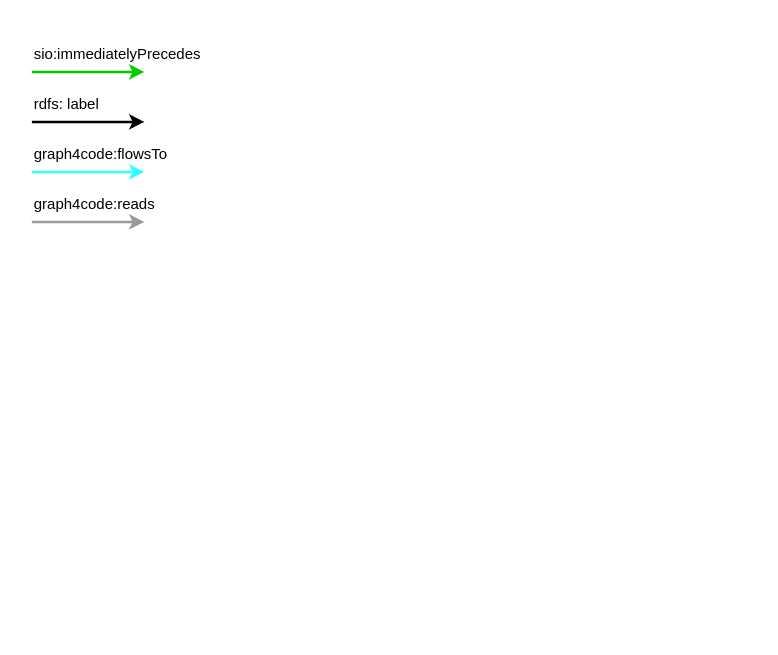
This is graphgen-proposal/dataflow-graph.drawio from leonchemnitz/ai4ca_sandbox, a draw.io file, before an edit. Source tidied: cells renumbered, new cells numbered last; positions are measured from the earlier drawing's top-left corner, leaving out a move shared by most shapes. Both pictures are drawn from the tidied source at 125%, with x=0, y=0 at pixel (31, 46).
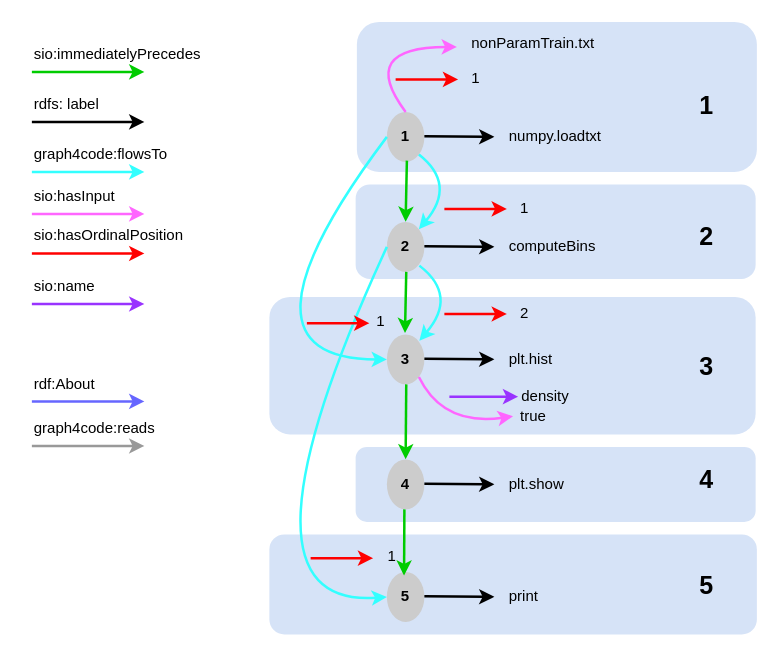
The same page after the edit.

Commit message:
ver 1 dataflow

What changed in the source:
```diff
@@
+    <mxCell id="10" style="rounded=1;whiteSpace=wrap;html=1;fillColor=#D6E3F7;strokeColor=none;" parent="1" vertex="1">
+      <mxGeometry x="190" y="390" width="390" height="80" as="geometry" />
+    </mxCell>
+    <mxCell id="11" style="rounded=1;whiteSpace=wrap;html=1;fillColor=#D6E3F7;strokeColor=none;" parent="1" vertex="1">
+      <mxGeometry x="259" y="320" width="320" height="60" as="geometry" />
+    </mxCell>
+    <mxCell id="12" style="rounded=1;whiteSpace=wrap;html=1;fillColor=#D6E3F7;strokeColor=none;" parent="1" vertex="1">
+      <mxGeometry x="190" y="200" width="389" height="110" as="geometry" />
+    </mxCell>
+    <mxCell id="13" style="rounded=1;whiteSpace=wrap;html=1;fillColor=#D6E3F7;strokeColor=none;" parent="1" vertex="1">
+      <mxGeometry x="259" y="110" width="320" height="75.7" as="geometry" />
+    </mxCell>
+    <mxCell id="14" style="rounded=1;whiteSpace=wrap;html=1;fillColor=#D6E3F7;strokeColor=none;" parent="1" vertex="1">
+      <mxGeometry x="260" y="-20" width="320" height="120" as="geometry" />
+    </mxCell>
@@
     <mxCell id="8" style="endArrow=classic;html=1;rounded=0;strokeColor=#999999;strokeWidth=2;" parent="1" edge="1">
       <mxGeometry relative="1" as="geometry">
-        <mxPoint y="140" as="sourcePoint" />
-        <mxPoint x="90" y="140" as="targetPoint" />
+        <mxPoint y="319.3" as="sourcePoint" />
+        <mxPoint x="90" y="319.3" as="targetPoint" />
       </mxGeometry>
     </mxCell>
     <mxCell id="9" value="graph4code:reads" style="text;html=1;strokeColor=none;fillColor=none;align=left;verticalAlign=middle;whiteSpace=wrap;rounded=0;" parent="1" vertex="1">
-      <mxGeometry y="120" width="100" height="12" as="geometry" />
+      <mxGeometry y="299.3" width="100" height="12" as="geometry" />
     </mxCell>
+    <mxCell id="15" value="1" style="ellipse;whiteSpace=wrap;html=1;strokeColor=none;fillColor=#CCCCCC;fontStyle=1;" parent="1" vertex="1">
+      <mxGeometry x="284" y="52" width="30" height="40" as="geometry" />
+    </mxCell>
+    <mxCell id="16" style="endArrow=classic;html=1;rounded=0;strokeColor=#000000;strokeWidth=2;" parent="1" edge="1">
+      <mxGeometry relative="1" as="geometry">
+        <mxPoint x="314" y="71.5" as="sourcePoint" />
+        <mxPoint x="370" y="72" as="targetPoint" />
+      </mxGeometry>
+    </mxCell>
+    <mxCell id="17" value="numpy.loadtxt" style="text;html=1;strokeColor=none;fillColor=none;align=left;verticalAlign=middle;whiteSpace=wrap;rounded=0;" parent="1" vertex="1">
+      <mxGeometry x="380" y="57" width="60" height="30" as="geometry" />
+    </mxCell>
+    <mxCell id="18" value="2" style="ellipse;whiteSpace=wrap;html=1;strokeColor=none;fillColor=#CCCCCC;fontStyle=1;" parent="1" vertex="1">
+      <mxGeometry x="284" y="140" width="30" height="40" as="geometry" />
+    </mxCell>
+    <mxCell id="19" style="endArrow=classic;html=1;rounded=0;strokeColor=#000000;strokeWidth=2;" parent="1" edge="1">
+      <mxGeometry relative="1" as="geometry">
+        <mxPoint x="314" y="159.5" as="sourcePoint" />
+        <mxPoint x="370" y="160" as="targetPoint" />
+      </mxGeometry>
+    </mxCell>
+    <mxCell id="20" value="computeBins" style="text;html=1;strokeColor=none;fillColor=none;align=left;verticalAlign=middle;whiteSpace=wrap;rounded=0;" parent="1" vertex="1">
+      <mxGeometry x="380" y="145" width="60" height="30" as="geometry" />
+    </mxCell>
+    <mxCell id="21" value="3" style="ellipse;whiteSpace=wrap;html=1;strokeColor=none;fillColor=#CCCCCC;fontStyle=1;" parent="1" vertex="1">
+      <mxGeometry x="284" y="230" width="30" height="40" as="geometry" />
+    </mxCell>
+    <mxCell id="22" style="endArrow=classic;html=1;rounded=0;strokeColor=#000000;strokeWidth=2;" parent="1" edge="1">
+      <mxGeometry relative="1" as="geometry">
+        <mxPoint x="314" y="249.5" as="sourcePoint" />
+        <mxPoint x="370" y="250" as="targetPoint" />
+      </mxGeometry>
+    </mxCell>
+    <mxCell id="23" value="plt.hist" style="text;html=1;strokeColor=none;fillColor=none;align=left;verticalAlign=middle;whiteSpace=wrap;rounded=0;" parent="1" vertex="1">
+      <mxGeometry x="380" y="235" width="60" height="30" as="geometry" />
+    </mxCell>
+    <mxCell id="24" style="endArrow=classic;html=1;rounded=0;strokeColor=#00CC00;strokeWidth=2;entryX=0.5;entryY=0;entryDx=0;entryDy=0;" parent="1" edge="1" target="18">
+      <mxGeometry relative="1" as="geometry">
+        <mxPoint x="300" y="91" as="sourcePoint" />
+      </mxGeometry>
+    </mxCell>
+    <mxCell id="25" style="endArrow=classic;html=1;strokeColor=#33FFFF;strokeWidth=2;exitX=1;exitY=1;exitDx=0;exitDy=0;entryX=1;entryY=0;entryDx=0;entryDy=0;curved=1;" parent="1" edge="1" source="15" target="18">
+      <mxGeometry relative="1" as="geometry">
+        <Array as="points">
+          <mxPoint x="340" y="110" />
+        </Array>
+      </mxGeometry>
+    </mxCell>
+    <mxCell id="26" style="endArrow=classic;html=1;rounded=0;strokeColor=#FF66FF;strokeWidth=2;" parent="1" edge="1">
+      <mxGeometry relative="1" as="geometry">
+        <mxPoint y="133.6" as="sourcePoint" />
+        <mxPoint x="90" y="133.6" as="targetPoint" />
+      </mxGeometry>
+    </mxCell>
+    <mxCell id="27" value="sio:hasInput" style="text;html=1;strokeColor=none;fillColor=none;align=left;verticalAlign=middle;whiteSpace=wrap;rounded=0;" parent="1" vertex="1">
+      <mxGeometry y="113.6" width="100" height="12" as="geometry" />
+    </mxCell>
+    <mxCell id="28" style="endArrow=classic;html=1;rounded=0;strokeColor=#6666FF;strokeWidth=2;" parent="1" edge="1">
+      <mxGeometry relative="1" as="geometry">
+        <mxPoint y="283.6" as="sourcePoint" />
+        <mxPoint x="90" y="283.6" as="targetPoint" />
+      </mxGeometry>
+    </mxCell>
+    <mxCell id="29" value="rdf:About" style="text;html=1;strokeColor=none;fillColor=none;align=left;verticalAlign=middle;whiteSpace=wrap;rounded=0;" parent="1" vertex="1">
+      <mxGeometry y="263.6" width="100" height="12" as="geometry" />
+    </mxCell>
+    <mxCell id="30" style="endArrow=classic;html=1;rounded=0;strokeColor=#FF0000;strokeWidth=2;" parent="1" edge="1">
+      <mxGeometry relative="1" as="geometry">
+        <mxPoint y="165.3" as="sourcePoint" />
+        <mxPoint x="90" y="165.3" as="targetPoint" />
+      </mxGeometry>
+    </mxCell>
+    <mxCell id="31" value="sio:hasOrdinalPosition" style="text;html=1;strokeColor=none;fillColor=none;align=left;verticalAlign=middle;whiteSpace=wrap;rounded=0;" parent="1" vertex="1">
+      <mxGeometry y="145.3" width="100" height="12" as="geometry" />
+    </mxCell>
+    <mxCell id="32" style="endArrow=classic;html=1;rounded=0;strokeColor=#9933FF;strokeWidth=2;" parent="1" edge="1">
+      <mxGeometry relative="1" as="geometry">
+        <mxPoint y="205.7" as="sourcePoint" />
+        <mxPoint x="90" y="205.7" as="targetPoint" />
+      </mxGeometry>
+    </mxCell>
+    <mxCell id="33" value="sio:name" style="text;html=1;strokeColor=none;fillColor=none;align=left;verticalAlign=middle;whiteSpace=wrap;rounded=0;" parent="1" vertex="1">
+      <mxGeometry y="185.7" width="100" height="12" as="geometry" />
+    </mxCell>
+    <mxCell id="34" style="endArrow=classic;html=1;rounded=0;strokeColor=#FF0000;strokeWidth=2;" parent="1" edge="1">
+      <mxGeometry relative="1" as="geometry">
+        <mxPoint x="330" y="129.6" as="sourcePoint" />
+        <mxPoint x="380" y="129.6" as="targetPoint" />
+      </mxGeometry>
+    </mxCell>
+    <mxCell id="35" value="1" style="text;html=1;strokeColor=none;fillColor=none;align=left;verticalAlign=middle;whiteSpace=wrap;rounded=0;" parent="1" vertex="1">
+      <mxGeometry x="389" y="113.6" width="60" height="30" as="geometry" />
+    </mxCell>
+    <mxCell id="36" style="endArrow=classic;html=1;strokeColor=#FF66FF;strokeWidth=2;exitX=0.5;exitY=0;exitDx=0;exitDy=0;curved=1;" parent="1" edge="1" source="15">
+      <mxGeometry relative="1" as="geometry">
+        <mxPoint x="340" as="targetPoint" />
+        <Array as="points">
+          <mxPoint x="260" />
+        </Array>
+      </mxGeometry>
+    </mxCell>
+    <mxCell id="37" value="nonParamTrain.txt" style="text;html=1;strokeColor=none;fillColor=none;align=left;verticalAlign=middle;whiteSpace=wrap;rounded=0;" parent="1" vertex="1">
+      <mxGeometry x="350" y="-18" width="60" height="30" as="geometry" />
+    </mxCell>
+    <mxCell id="38" style="endArrow=classic;html=1;rounded=0;strokeColor=#FF0000;strokeWidth=2;" parent="1" edge="1">
+      <mxGeometry relative="1" as="geometry">
+        <mxPoint x="291" y="26" as="sourcePoint" />
+        <mxPoint x="341" y="26" as="targetPoint" />
+      </mxGeometry>
+    </mxCell>
+    <mxCell id="39" value="1" style="text;html=1;strokeColor=none;fillColor=none;align=left;verticalAlign=middle;whiteSpace=wrap;rounded=0;" parent="1" vertex="1">
+      <mxGeometry x="350" y="10" width="60" height="30" as="geometry" />
+    </mxCell>
+    <mxCell id="40" style="endArrow=classic;html=1;rounded=0;strokeColor=#00CC00;strokeWidth=2;entryX=0.5;entryY=0;entryDx=0;entryDy=0;" parent="1" edge="1">
+      <mxGeometry relative="1" as="geometry">
+        <mxPoint x="299.5" y="180" as="sourcePoint" />
+        <mxPoint x="298.5" y="229" as="targetPoint" />
+      </mxGeometry>
+    </mxCell>
+    <mxCell id="41" value="4" style="ellipse;whiteSpace=wrap;html=1;strokeColor=none;fillColor=#CCCCCC;fontStyle=1;" parent="1" vertex="1">
+      <mxGeometry x="284" y="330" width="30" height="40" as="geometry" />
+    </mxCell>
+    <mxCell id="42" style="endArrow=classic;html=1;rounded=0;strokeColor=#000000;strokeWidth=2;" parent="1" edge="1">
+      <mxGeometry relative="1" as="geometry">
+        <mxPoint x="314" y="349.5" as="sourcePoint" />
+        <mxPoint x="370" y="350" as="targetPoint" />
+      </mxGeometry>
+    </mxCell>
+    <mxCell id="43" value="plt.show" style="text;html=1;strokeColor=none;fillColor=none;align=left;verticalAlign=middle;whiteSpace=wrap;rounded=0;" parent="1" vertex="1">
+      <mxGeometry x="380" y="335" width="60" height="30" as="geometry" />
+    </mxCell>
+    <mxCell id="44" style="endArrow=classic;html=1;rounded=0;strokeColor=#00CC00;strokeWidth=2;entryX=0.5;entryY=0;entryDx=0;entryDy=0;" parent="1" edge="1" target="41">
+      <mxGeometry relative="1" as="geometry">
+        <mxPoint x="299.5" y="270" as="sourcePoint" />
+      </mxGeometry>
+    </mxCell>
+    <mxCell id="45" value="5" style="ellipse;whiteSpace=wrap;html=1;strokeColor=none;fillColor=#CCCCCC;fontStyle=1;" parent="1" vertex="1">
+      <mxGeometry x="284" y="420" width="30" height="40" as="geometry" />
+    </mxCell>
+    <mxCell id="46" style="endArrow=classic;html=1;rounded=0;strokeColor=#000000;strokeWidth=2;" parent="1" edge="1">
+      <mxGeometry relative="1" as="geometry">
+        <mxPoint x="314" y="439.5" as="sourcePoint" />
+        <mxPoint x="370" y="440" as="targetPoint" />
+      </mxGeometry>
+    </mxCell>
+    <mxCell id="47" value="print" style="text;html=1;strokeColor=none;fillColor=none;align=left;verticalAlign=middle;whiteSpace=wrap;rounded=0;" parent="1" vertex="1">
+      <mxGeometry x="380" y="425" width="60" height="30" as="geometry" />
+    </mxCell>
+    <mxCell id="48" style="endArrow=classic;html=1;rounded=0;strokeColor=#00CC00;strokeWidth=2;entryX=0.25;entryY=1;entryDx=0;entryDy=0;" parent="1" edge="1" target="51">
+      <mxGeometry relative="1" as="geometry">
+        <mxPoint x="298" y="370" as="sourcePoint" />
+      </mxGeometry>
+    </mxCell>
+    <mxCell id="49" style="endArrow=classic;html=1;strokeColor=#33FFFF;strokeWidth=2;exitX=0;exitY=0.5;exitDx=0;exitDy=0;entryX=0;entryY=0.5;entryDx=0;entryDy=0;curved=1;" parent="1" edge="1" source="18" target="45">
+      <mxGeometry relative="1" as="geometry">
+        <Array as="points">
+          <mxPoint x="150" y="450" />
+        </Array>
+      </mxGeometry>
+    </mxCell>
+    <mxCell id="50" style="endArrow=classic;html=1;rounded=0;strokeColor=#FF0000;strokeWidth=2;" parent="1" edge="1">
+      <mxGeometry relative="1" as="geometry">
+        <mxPoint x="223" y="409" as="sourcePoint" />
+        <mxPoint x="273" y="409" as="targetPoint" />
+      </mxGeometry>
+    </mxCell>
+    <mxCell id="51" value="1" style="text;html=1;strokeColor=none;fillColor=none;align=left;verticalAlign=middle;whiteSpace=wrap;rounded=0;" parent="1" vertex="1">
+      <mxGeometry x="283" y="393" width="59" height="30" as="geometry" />
+    </mxCell>
+    <mxCell id="52" style="endArrow=classic;html=1;strokeColor=#33FFFF;strokeWidth=2;exitX=0;exitY=0.5;exitDx=0;exitDy=0;entryX=0;entryY=0.5;entryDx=0;entryDy=0;curved=1;" parent="1" edge="1" source="15" target="21">
+      <mxGeometry relative="1" as="geometry">
+        <Array as="points">
+          <mxPoint x="150" y="250" />
+        </Array>
+      </mxGeometry>
+    </mxCell>
+    <mxCell id="53" style="endArrow=classic;html=1;rounded=0;strokeColor=#FF0000;strokeWidth=2;" parent="1" edge="1">
+      <mxGeometry relative="1" as="geometry">
+        <mxPoint x="220" y="221" as="sourcePoint" />
+        <mxPoint x="270" y="221" as="targetPoint" />
+      </mxGeometry>
+    </mxCell>
+    <mxCell id="54" value="1" style="text;html=1;strokeColor=none;fillColor=none;align=left;verticalAlign=middle;whiteSpace=wrap;rounded=0;" parent="1" vertex="1">
+      <mxGeometry x="274" y="205" width="59" height="30" as="geometry" />
+    </mxCell>
+    <mxCell id="55" style="endArrow=classic;html=1;strokeColor=#33FFFF;strokeWidth=2;exitX=1;exitY=1;exitDx=0;exitDy=0;entryX=1;entryY=0;entryDx=0;entryDy=0;curved=1;" parent="1" edge="1">
+      <mxGeometry relative="1" as="geometry">
+        <mxPoint x="310" y="175" as="sourcePoint" />
+        <mxPoint x="310" y="235" as="targetPoint" />
+        <Array as="points">
+          <mxPoint x="341" y="199" />
+        </Array>
+      </mxGeometry>
+    </mxCell>
+    <mxCell id="56" style="endArrow=classic;html=1;rounded=0;strokeColor=#FF0000;strokeWidth=2;" parent="1" edge="1">
+      <mxGeometry relative="1" as="geometry">
+        <mxPoint x="330" y="213.7" as="sourcePoint" />
+        <mxPoint x="380" y="213.7" as="targetPoint" />
+      </mxGeometry>
+    </mxCell>
+    <mxCell id="57" value="2" style="text;html=1;strokeColor=none;fillColor=none;align=left;verticalAlign=middle;whiteSpace=wrap;rounded=0;" parent="1" vertex="1">
+      <mxGeometry x="389" y="197.7" width="60" height="30" as="geometry" />
+    </mxCell>
+    <mxCell id="58" style="endArrow=classic;html=1;strokeColor=#FF66FF;strokeWidth=2;exitX=1;exitY=1;exitDx=0;exitDy=0;curved=1;entryX=-0.068;entryY=0.473;entryDx=0;entryDy=0;entryPerimeter=0;" parent="1" edge="1" source="21" target="60">
+      <mxGeometry relative="1" as="geometry">
+        <Array as="points">
+          <mxPoint x="328.9" y="303.6" />
+        </Array>
+      </mxGeometry>
+    </mxCell>
+    <mxCell id="59" style="endArrow=classic;html=1;rounded=0;strokeColor=#9933FF;strokeWidth=2;" parent="1" edge="1">
+      <mxGeometry relative="1" as="geometry">
+        <mxPoint x="334" y="279.8" as="sourcePoint" />
+        <mxPoint x="389" y="279.8" as="targetPoint" />
+      </mxGeometry>
+    </mxCell>
+    <mxCell id="60" value="true" style="text;html=1;strokeColor=none;fillColor=none;align=left;verticalAlign=middle;whiteSpace=wrap;rounded=0;" parent="1" vertex="1">
+      <mxGeometry x="389" y="281.3" width="60" height="30" as="geometry" />
+    </mxCell>
+    <mxCell id="61" value="density" style="text;html=1;strokeColor=none;fillColor=none;align=left;verticalAlign=middle;whiteSpace=wrap;rounded=0;" parent="1" vertex="1">
+      <mxGeometry x="390" y="265" width="60" height="30" as="geometry" />
+    </mxCell>
+    <mxCell id="62" value="&lt;font style=&quot;font-size: 20px;&quot;&gt;&lt;b&gt;1&lt;/b&gt;&lt;/font&gt;" style="text;html=1;strokeColor=none;fillColor=none;align=center;verticalAlign=middle;whiteSpace=wrap;rounded=0;" parent="1" vertex="1">
+      <mxGeometry x="510" y="31" width="60" height="30" as="geometry" />
+    </mxCell>
+    <mxCell id="63" value="&lt;font style=&quot;font-size: 20px;&quot;&gt;&lt;b&gt;2&lt;/b&gt;&lt;/font&gt;" style="text;html=1;strokeColor=none;fillColor=none;align=center;verticalAlign=middle;whiteSpace=wrap;rounded=0;" parent="1" vertex="1">
+      <mxGeometry x="510" y="136.3" width="60" height="30" as="geometry" />
+    </mxCell>
+    <mxCell id="64" value="&lt;font style=&quot;font-size: 20px;&quot;&gt;&lt;b&gt;3&lt;/b&gt;&lt;/font&gt;" style="text;html=1;strokeColor=none;fillColor=none;align=center;verticalAlign=middle;whiteSpace=wrap;rounded=0;" parent="1" vertex="1">
+      <mxGeometry x="510" y="240" width="60" height="30" as="geometry" />
+    </mxCell>
+    <mxCell id="65" value="&lt;font style=&quot;font-size: 20px;&quot;&gt;&lt;b&gt;4&lt;/b&gt;&lt;/font&gt;" style="text;html=1;strokeColor=none;fillColor=none;align=center;verticalAlign=middle;whiteSpace=wrap;rounded=0;" parent="1" vertex="1">
+      <mxGeometry x="510" y="330" width="60" height="30" as="geometry" />
+    </mxCell>
+    <mxCell id="66" value="&lt;font style=&quot;font-size: 20px;&quot;&gt;&lt;b&gt;5&lt;/b&gt;&lt;/font&gt;" style="text;html=1;strokeColor=none;fillColor=none;align=center;verticalAlign=middle;whiteSpace=wrap;rounded=0;" parent="1" vertex="1">
+      <mxGeometry x="510" y="415" width="60" height="30" as="geometry" />
+    </mxCell>
```
